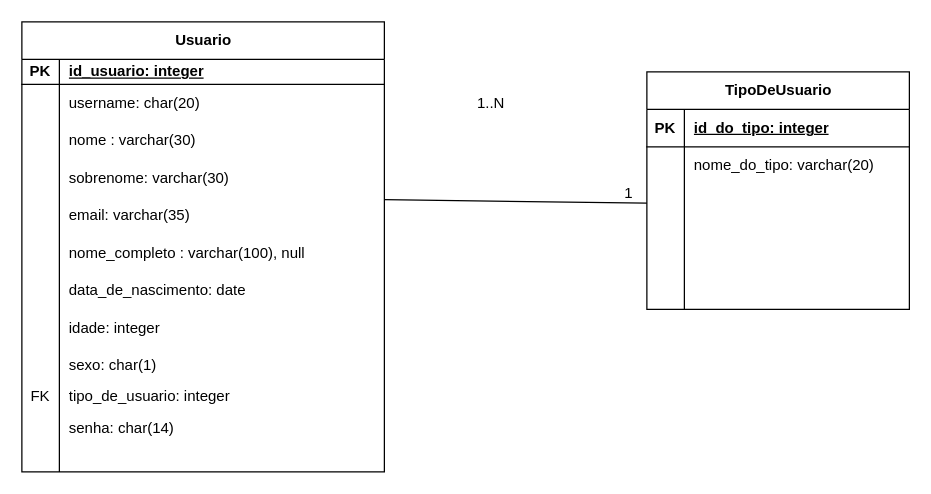
The draw.io diagram artefatos/entidade_relacionamento.drawio in luisfl04/sistema_gerenciamento_petshop, before the edit. Source tidied: cells renumbered, new cells numbered last; positions are measured from the earlier drawing's top-left corner, leaving out a move shared by most shapes. Both pictures are drawn from the tidied source at 125%, with x=0, y=0 at pixel (21, 21).
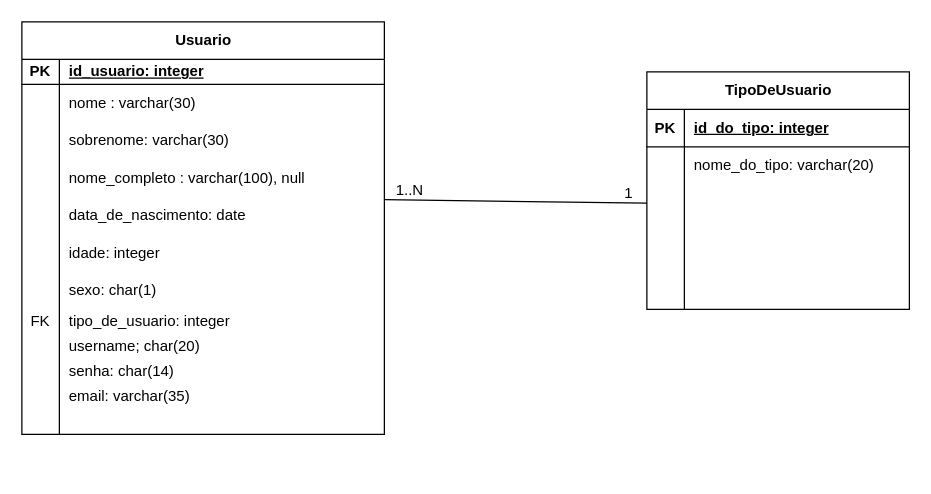
The same page after the edit.

Unchanged cells that the change refers to:
```xml
<mxCell id="6" style="shape=tableRow;horizontal=0;startSize=0;swimlaneHead=0;swimlaneBody=0;fillColor=none;top=0;left=0;right=0;bottom=0;" parent="2" vertex="1">
  <mxGeometry y="50" width="290" height="30" as="geometry" />
</mxCell>
```

The edit, as a diff of the source:
```diff
@@
     <mxCell id="2" value="Usuario" style="shape=table;startSize=30;childLayout=tableLayout;rowLines=0;fontStyle=1;align=center;html=1;" parent="1" vertex="1">
-      <mxGeometry width="290" height="360" as="geometry" />
+      <mxGeometry width="290" height="330" as="geometry" />
     </mxCell>
@@
-    <mxCell id="8" value="username: char(20)" style="shape=partialRectangle;fillColor=none;top=0;left=0;bottom=0;right=0;align=left;spacingLeft=6;overflow=hidden;whiteSpace=wrap;html=1;" parent="6" vertex="1">
+    <mxCell id="8" value="nome : varchar(30)" style="shape=partialRectangle;fillColor=none;top=0;left=0;bottom=0;right=0;align=left;spacingLeft=6;overflow=hidden;whiteSpace=wrap;html=1;" parent="6" vertex="1">
       <mxGeometry x="30" width="260" height="30" as="geometry" />
     </mxCell>
-    <mxCell id="9" style="shape=tableRow;horizontal=0;startSize=0;swimlaneHead=0;swimlaneBody=0;fillColor=none;top=0;left=0;right=0;bottom=0;" parent="2" vertex="1">
-      <mxGeometry y="80" width="290" height="30" as="geometry" />
-    </mxCell>
-    <mxCell id="10" style="shape=partialRectangle;fillColor=none;top=0;left=0;bottom=0;right=0;overflow=hidden;whiteSpace=wrap;html=1;" parent="9" vertex="1">
-      <mxGeometry width="30" height="30" as="geometry" />
-    </mxCell>
-    <mxCell id="11" value="nome : varchar(30)" style="shape=partialRectangle;fillColor=none;top=0;left=0;bottom=0;right=0;align=left;spacingLeft=6;overflow=hidden;whiteSpace=wrap;html=1;" parent="9" vertex="1">
-      <mxGeometry x="30" width="260" height="30" as="geometry" />
-    </mxCell>
     <mxCell id="12" style="shape=tableRow;horizontal=0;startSize=0;swimlaneHead=0;swimlaneBody=0;fillColor=none;top=0;left=0;right=0;bottom=0;" parent="2" vertex="1">
-      <mxGeometry y="110" width="290" height="30" as="geometry" />
+      <mxGeometry y="80" width="290" height="30" as="geometry" />
     </mxCell>
@@
-    <mxCell id="15" style="shape=tableRow;horizontal=0;startSize=0;swimlaneHead=0;swimlaneBody=0;fillColor=none;top=0;left=0;right=0;bottom=0;" parent="2" vertex="1">
-      <mxGeometry y="140" width="290" height="30" as="geometry" />
-    </mxCell>
-    <mxCell id="16" style="shape=partialRectangle;fillColor=none;top=0;left=0;bottom=0;right=0;overflow=hidden;whiteSpace=wrap;html=1;" parent="15" vertex="1">
-      <mxGeometry width="30" height="30" as="geometry" />
-    </mxCell>
-    <mxCell id="17" value="email: varchar(35)" style="shape=partialRectangle;fillColor=none;top=0;left=0;bottom=0;right=0;align=left;spacingLeft=6;overflow=hidden;whiteSpace=wrap;html=1;" parent="15" vertex="1">
-      <mxGeometry x="30" width="260" height="30" as="geometry" />
-    </mxCell>
     <mxCell id="18" style="shape=tableRow;horizontal=0;startSize=0;swimlaneHead=0;swimlaneBody=0;fillColor=none;top=0;left=0;right=0;bottom=0;" parent="2" vertex="1">
-      <mxGeometry y="170" width="290" height="30" as="geometry" />
+      <mxGeometry y="110" width="290" height="30" as="geometry" />
     </mxCell>
@@
     <mxCell id="21" style="shape=tableRow;horizontal=0;startSize=0;swimlaneHead=0;swimlaneBody=0;fillColor=none;top=0;left=0;right=0;bottom=0;" parent="2" vertex="1">
-      <mxGeometry y="200" width="290" height="30" as="geometry" />
+      <mxGeometry y="140" width="290" height="30" as="geometry" />
     </mxCell>
@@
     <mxCell id="24" style="shape=tableRow;horizontal=0;startSize=0;swimlaneHead=0;swimlaneBody=0;fillColor=none;top=0;left=0;right=0;bottom=0;" parent="2" vertex="1">
-      <mxGeometry y="230" width="290" height="30" as="geometry" />
+      <mxGeometry y="170" width="290" height="30" as="geometry" />
     </mxCell>
@@
     <mxCell id="27" style="shape=tableRow;horizontal=0;startSize=0;swimlaneHead=0;swimlaneBody=0;fillColor=none;top=0;left=0;right=0;bottom=0;" parent="2" vertex="1">
-      <mxGeometry y="260" width="290" height="30" as="geometry" />
+      <mxGeometry y="200" width="290" height="30" as="geometry" />
     </mxCell>
@@
     <mxCell id="30" style="shape=tableRow;horizontal=0;startSize=0;swimlaneHead=0;swimlaneBody=0;fillColor=none;top=0;left=0;right=0;bottom=0;" parent="2" vertex="1">
-      <mxGeometry y="290" width="290" height="20" as="geometry" />
+      <mxGeometry y="230" width="290" height="20" as="geometry" />
     </mxCell>
@@
-    <mxCell id="33" style="shape=tableRow;horizontal=0;startSize=0;swimlaneHead=0;swimlaneBody=0;fillColor=none;top=0;left=0;right=0;bottom=0;" parent="2" vertex="1">
-      <mxGeometry y="310" width="290" height="30" as="geometry" />
-    </mxCell>
-    <mxCell id="34" style="shape=partialRectangle;fillColor=none;top=0;left=0;bottom=0;right=0;overflow=hidden;whiteSpace=wrap;html=1;" parent="33" vertex="1">
-      <mxGeometry width="30" height="30" as="geometry" />
-    </mxCell>
+    <mxCell id="61" style="shape=tableRow;horizontal=0;startSize=0;swimlaneHead=0;swimlaneBody=0;fillColor=none;top=0;left=0;right=0;bottom=0;" parent="2" vertex="1">
+      <mxGeometry y="250" width="290" height="20" as="geometry" />
+    </mxCell>
+    <mxCell id="62" style="shape=partialRectangle;fillColor=none;top=0;left=0;bottom=0;right=0;overflow=hidden;whiteSpace=wrap;html=1;" parent="61" vertex="1">
+      <mxGeometry width="30" height="20" as="geometry" />
+    </mxCell>
+    <mxCell id="63" value="username; char(20)" style="shape=partialRectangle;fillColor=none;top=0;left=0;bottom=0;right=0;align=left;spacingLeft=6;overflow=hidden;whiteSpace=wrap;html=1;" parent="61" vertex="1">
+      <mxGeometry x="30" width="260" height="20" as="geometry" />
+    </mxCell>
+    <mxCell id="64" style="shape=tableRow;horizontal=0;startSize=0;swimlaneHead=0;swimlaneBody=0;fillColor=none;top=0;left=0;right=0;bottom=0;" parent="2" vertex="1">
+      <mxGeometry y="270" width="290" height="20" as="geometry" />
+    </mxCell>
+    <mxCell id="65" style="shape=partialRectangle;fillColor=none;top=0;left=0;bottom=0;right=0;overflow=hidden;whiteSpace=wrap;html=1;" parent="64" vertex="1">
+      <mxGeometry width="30" height="20" as="geometry" />
+    </mxCell>
-    <mxCell id="35" value="senha: char(14)" style="shape=partialRectangle;fillColor=none;top=0;left=0;bottom=0;right=0;align=left;spacingLeft=6;overflow=hidden;whiteSpace=wrap;html=1;" parent="33" vertex="1">
-      <mxGeometry x="30" width="260" height="30" as="geometry" />
+    <mxCell id="35" value="senha: char(14)" style="shape=partialRectangle;fillColor=none;top=0;left=0;bottom=0;right=0;align=left;spacingLeft=6;overflow=hidden;whiteSpace=wrap;html=1;" parent="64" vertex="1">
+      <mxGeometry x="30" width="260" height="20" as="geometry" />
     </mxCell>
+    <mxCell id="66" style="shape=tableRow;horizontal=0;startSize=0;swimlaneHead=0;swimlaneBody=0;fillColor=none;top=0;left=0;right=0;bottom=0;" parent="2" vertex="1">
+      <mxGeometry y="290" width="290" height="20" as="geometry" />
+    </mxCell>
+    <mxCell id="67" style="shape=partialRectangle;fillColor=none;top=0;left=0;bottom=0;right=0;overflow=hidden;whiteSpace=wrap;html=1;" parent="66" vertex="1">
+      <mxGeometry width="30" height="20" as="geometry" />
+    </mxCell>
+    <mxCell id="17" value="email: varchar(35)" style="shape=partialRectangle;fillColor=none;top=0;left=0;bottom=0;right=0;align=left;spacingLeft=6;overflow=hidden;whiteSpace=wrap;html=1;" parent="66" vertex="1">
+      <mxGeometry x="30" width="260" height="20" as="geometry" />
+    </mxCell>
     <mxCell id="36" style="shape=tableRow;horizontal=0;startSize=0;swimlaneHead=0;swimlaneBody=0;fillColor=none;top=0;left=0;right=0;bottom=0;" parent="2" vertex="1">
-      <mxGeometry y="340" width="290" height="20" as="geometry" />
+      <mxGeometry y="310" width="290" height="20" as="geometry" />
     </mxCell>
@@
     <mxCell id="60" value="1..N" style="text;html=1;align=center;verticalAlign=middle;strokeColor=none;fillColor=none;" parent="1" vertex="1">
-      <mxGeometry x="350" y="50" width="50" height="30" as="geometry" />
+      <mxGeometry x="285" y="120" width="50" height="30" as="geometry" />
     </mxCell>
```
